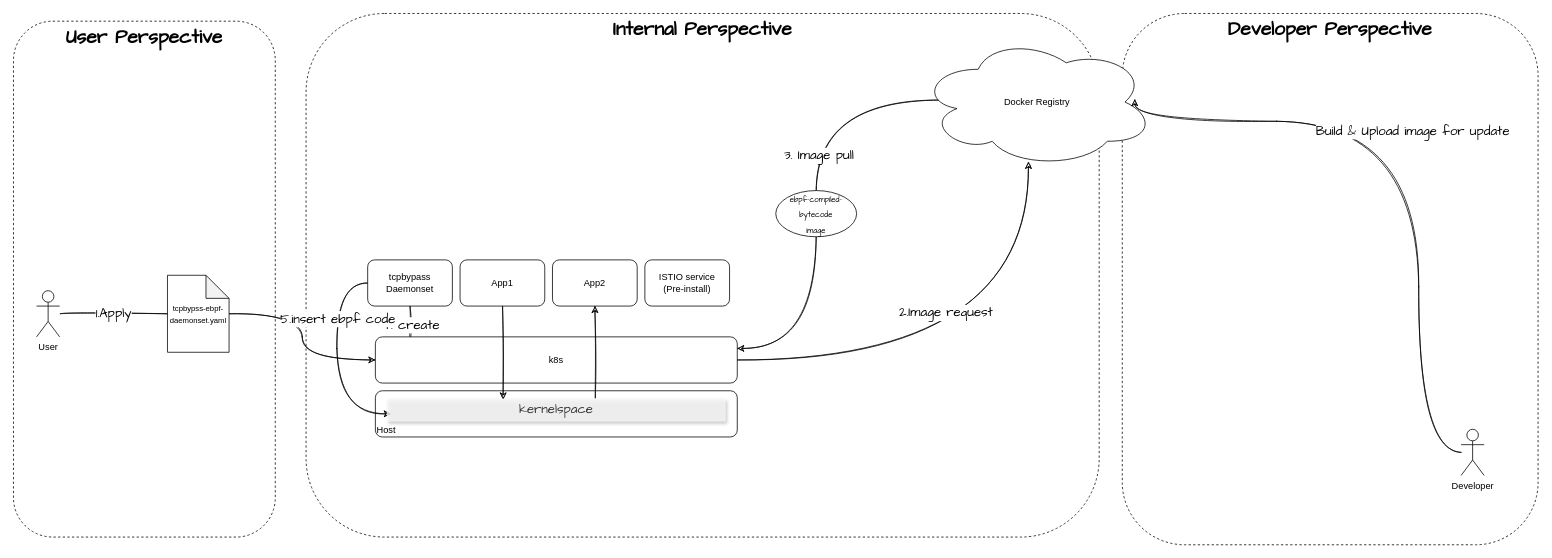
Above: workflow_of_tcpbypass_daemonset.drawio in xu1zhou/Documents (draw.io), before the change. Source tidied: cells renumbered, new cells numbered last; positions are measured from the earlier drawing's top-left corner, leaving out a move shared by most shapes. Both pictures are drawn from the tidied source at 77%, with x=0, y=0 at pixel (13, 13). Pictures stored in the file or linked from it are replaced by grey dashed boxes.
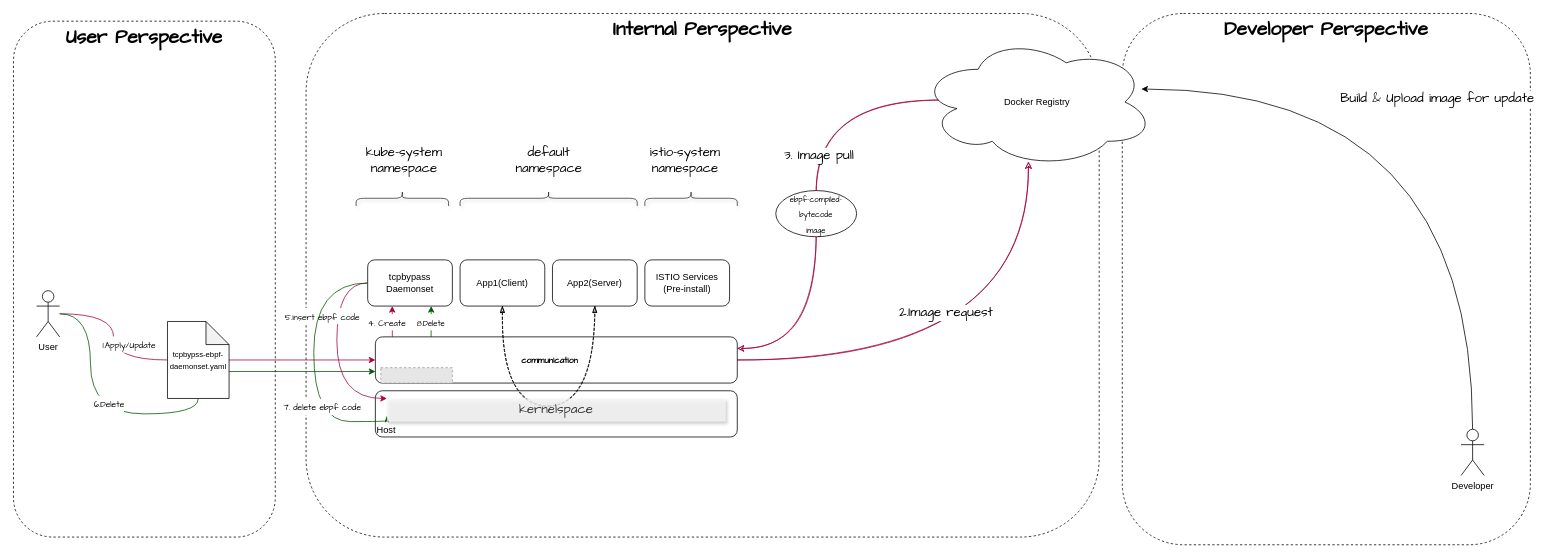
Above is the later version.

The change refers to these unchanged cells:
```xml
<mxCell id="6" value="User" style="shape=umlActor;verticalLabelPosition=bottom;verticalAlign=top;html=1;outlineConnect=0;" parent="1" vertex="1">
  <mxGeometry x="30" y="360" width="30" height="60" as="geometry" />
</mxCell>
<mxCell id="16" value="tcpbypass Daemonset" style="rounded=1;whiteSpace=wrap;html=1;" parent="1" vertex="1">
  <mxGeometry x="460" y="320" width="110" height="60" as="geometry" />
</mxCell>
<mxCell id="20" value="Docker Registry" style="ellipse;shape=cloud;whiteSpace=wrap;html=1;align=center;verticalAlign=middle;" parent="1" vertex="1">
  <mxGeometry x="1176.6" y="30" width="305" height="170" as="geometry" />
</mxCell>
<mxCell id="21" value="&lt;font style=&quot;font-size: 10px&quot;&gt;ebpf-compiled-bytecode&lt;br&gt;image&lt;/font&gt;" style="ellipse;whiteSpace=wrap;html=1;fontFamily=Comic Sans MS;fontSize=17;align=center;" parent="1" vertex="1">
  <mxGeometry x="990" y="230" width="105" height="60" as="geometry" />
</mxCell>
<mxCell id="28" value="Developer" style="shape=umlActor;verticalLabelPosition=bottom;verticalAlign=top;html=1;outlineConnect=0;" parent="1" vertex="1">
  <mxGeometry x="1880" y="540" width="30" height="60" as="geometry" />
</mxCell>
<mxCell id="30" value="kernelspace" style="rounded=0;whiteSpace=wrap;html=1;shadow=1;glass=0;sketch=0;fontFamily=Comic Sans MS;fontSize=17;align=center;fillColor=#f5f5f5;opacity=80;fontColor=#333333;strokeColor=none;" parent="1" vertex="1">
  <mxGeometry x="485" y="500" width="440" height="30" as="geometry" />
</mxCell>
```

The edit, as a diff of the source:
```diff
@@
     <mxCell id="2" value="&lt;b&gt;&lt;font style=&quot;font-size: 25px&quot;&gt;Developer Perspective&lt;/font&gt;&lt;/b&gt;" style="rounded=1;whiteSpace=wrap;html=1;fontFamily=Comic Sans MS;fontSize=17;align=center;glass=0;shadow=0;sketch=0;dashed=1;verticalAlign=top;" parent="1" vertex="1">
-      <mxGeometry x="1440" width="540" height="690" as="geometry" />
+      <mxGeometry x="1440" width="530" height="690" as="geometry" />
     </mxCell>
@@
-    <mxCell id="5" value="1.Apply" style="edgeStyle=orthogonalEdgeStyle;curved=1;rounded=0;sketch=1;jettySize=auto;html=1;entryX=0;entryY=0.5;entryDx=0;entryDy=0;entryPerimeter=0;fontFamily=Comic Sans MS;fontSize=17;endArrow=none;endFill=0;" parent="1" edge="1" source="6" target="8">
-      <mxGeometry relative="1" as="geometry" />
+    <mxCell id="5" value="&lt;font style=&quot;font-size: 11px&quot;&gt;1.Apply/Update&lt;/font&gt;" style="edgeStyle=orthogonalEdgeStyle;curved=1;rounded=0;sketch=0;jettySize=auto;html=1;entryX=0;entryY=0.5;entryDx=0;entryDy=0;entryPerimeter=0;fontFamily=Comic Sans MS;fontSize=17;endArrow=none;endFill=0;fillColor=#d80073;strokeColor=#A50040;" parent="1" edge="1" source="6" target="8">
+      <mxGeometry x="0.5" y="20" relative="1" as="geometry" />
     </mxCell>
+    <mxCell id="31" style="edgeStyle=orthogonalEdgeStyle;curved=1;rounded=0;sketch=0;jettySize=auto;html=1;entryX=0.5;entryY=1;entryDx=0;entryDy=0;entryPerimeter=0;fontFamily=Comic Sans MS;fontSize=17;startArrow=none;startFill=0;endArrow=none;endFill=0;fillColor=#008a00;strokeColor=#005700;" parent="1" edge="1" source="6" target="8">
+      <mxGeometry relative="1" as="geometry">
+        <Array as="points">
+          <mxPoint x="100" y="390" />
+          <mxPoint x="100" y="520" />
+          <mxPoint x="240" y="520" />
+        </Array>
+      </mxGeometry>
+    </mxCell>
+    <mxCell id="32" value="&lt;font style=&quot;font-size: 11px&quot;&gt;6.Delete&lt;/font&gt;" style="edgeLabel;html=1;align=center;verticalAlign=middle;fontSize=17;fontFamily=Comic Sans MS;" parent="31" vertex="1">
+      <mxGeometry x="0.17" y="14" relative="1" as="geometry" />
+    </mxCell>
@@
-    <mxCell id="7" style="edgeStyle=orthogonalEdgeStyle;rounded=0;jettySize=auto;html=1;entryX=0;entryY=0.5;entryDx=0;entryDy=0;sketch=1;curved=1;" parent="1" edge="1" source="8" target="12">
+    <mxCell id="7" style="edgeStyle=orthogonalEdgeStyle;rounded=0;jettySize=auto;html=1;entryX=0;entryY=0.5;entryDx=0;entryDy=0;sketch=0;curved=1;fillColor=#d80073;strokeColor=#A50040;" parent="1" edge="1" source="8" target="12">
       <mxGeometry relative="1" as="geometry" />
     </mxCell>
+    <mxCell id="33" style="edgeStyle=none;rounded=0;sketch=0;jettySize=auto;html=1;entryX=0;entryY=0.75;entryDx=0;entryDy=0;fontFamily=Comic Sans MS;fontSize=17;startArrow=none;startFill=0;endArrow=classic;endFill=1;exitX=0;exitY=0;exitDx=80;exitDy=65;exitPerimeter=0;fillColor=#008a00;strokeColor=#005700;" parent="1" edge="1" source="8" target="12">
+      <mxGeometry relative="1" as="geometry" />
+    </mxCell>
     <mxCell id="8" value="&lt;font style=&quot;font-size: 10px&quot;&gt;tcpbypss-ebpf-daemonset.yaml&lt;/font&gt;" style="shape=note;whiteSpace=wrap;html=1;backgroundOutline=1;darkOpacity=0.05;" parent="1" vertex="1">
-      <mxGeometry x="200" y="340" width="80" height="100" as="geometry" />
+      <mxGeometry x="200" y="400" width="80" height="100" as="geometry" />
     </mxCell>
-    <mxCell id="9" style="edgeStyle=orthogonalEdgeStyle;rounded=0;jettySize=auto;html=1;entryX=0.464;entryY=0.958;entryDx=0;entryDy=0;entryPerimeter=0;curved=1;sketch=1;" parent="1" edge="1" source="12" target="20">
+    <mxCell id="9" style="edgeStyle=orthogonalEdgeStyle;rounded=0;jettySize=auto;html=1;entryX=0.464;entryY=0.958;entryDx=0;entryDy=0;entryPerimeter=0;curved=1;sketch=1;fillColor=#d80073;strokeColor=#A50040;" parent="1" edge="1" source="12" target="20">
       <mxGeometry relative="1" as="geometry" />
     </mxCell>
@@
-    <mxCell id="11" value="4. create" style="edgeStyle=orthogonalEdgeStyle;curved=1;rounded=0;sketch=1;jettySize=auto;html=1;fontFamily=Comic Sans MS;fontSize=17;endArrow=none;endFill=0;" parent="1" edge="1" target="16">
-      <mxGeometry relative="1" as="geometry">
-        <mxPoint x="515" y="430" as="sourcePoint" />
+    <mxCell id="11" value="&lt;font style=&quot;font-size: 11px&quot;&gt;4. Create&lt;/font&gt;" style="rounded=0;sketch=0;jettySize=auto;html=1;fontFamily=Comic Sans MS;fontSize=17;endArrow=classic;endFill=1;startArrow=none;startFill=0;entryX=0.29;entryY=0.999;entryDx=0;entryDy=0;entryPerimeter=0;fillColor=#d80073;strokeColor=#A50040;" parent="1" edge="1" target="16">
+      <mxGeometry x="-0.04" y="7" relative="1" as="geometry">
+        <mxPoint x="492" y="421" as="sourcePoint" />
       </mxGeometry>
     </mxCell>
+    <mxCell id="34" value="&lt;font style=&quot;font-size: 10px&quot;&gt;8.Delete&lt;/font&gt;" style="edgeStyle=none;rounded=0;sketch=0;jettySize=auto;html=1;entryX=0.75;entryY=1;entryDx=0;entryDy=0;fontFamily=Comic Sans MS;fontSize=17;startArrow=none;startFill=0;endArrow=classic;endFill=1;exitX=0.154;exitY=0.029;exitDx=0;exitDy=0;exitPerimeter=0;fillColor=#008a00;strokeColor=#005700;" parent="1" edge="1" source="12" target="16">
+      <mxGeometry relative="1" as="geometry" />
+    </mxCell>
-    <mxCell id="12" value="k8s" style="rounded=1;whiteSpace=wrap;html=1;" parent="1" vertex="1">
+    <mxCell id="12" style="rounded=1;whiteSpace=wrap;html=1;" parent="1" vertex="1">
       <mxGeometry x="470" y="420" width="470" height="60" as="geometry" />
     </mxCell>
@@
-    <mxCell id="14" style="edgeStyle=orthogonalEdgeStyle;curved=1;rounded=0;sketch=1;jettySize=auto;html=1;entryX=0.011;entryY=0.667;entryDx=0;entryDy=0;fontFamily=Comic Sans MS;fontSize=17;endArrow=classic;endFill=1;exitX=0;exitY=0.5;exitDx=0;exitDy=0;entryPerimeter=0;" parent="1" edge="1" source="16" target="30">
+    <mxCell id="14" style="edgeStyle=orthogonalEdgeStyle;curved=1;rounded=0;sketch=0;jettySize=auto;html=1;entryX=0;entryY=0;entryDx=0;entryDy=0;fontFamily=Comic Sans MS;fontSize=17;endArrow=classic;endFill=1;exitX=0;exitY=0.5;exitDx=0;exitDy=0;fillColor=#d80073;strokeColor=#A50040;" parent="1" edge="1" source="16" target="30">
       <mxGeometry relative="1" as="geometry">
         <Array as="points">
           <mxPoint x="420" y="350" />
-          <mxPoint x="420" y="520" />
+          <mxPoint x="420" y="500" />
         </Array>
       </mxGeometry>
     </mxCell>
-    <mxCell id="15" value="5.insert ebpf code" style="edgeLabel;html=1;align=center;verticalAlign=middle;fontSize=17;fontFamily=Comic Sans MS;" parent="14" vertex="1">
+    <mxCell id="15" value="&lt;font style=&quot;font-size: 11px&quot;&gt;5.insert ebpf code&lt;/font&gt;" style="edgeLabel;html=1;align=center;verticalAlign=middle;fontSize=17;fontFamily=Comic Sans MS;" parent="14" vertex="1">
       <mxGeometry x="-0.29" y="-2" relative="1" as="geometry">
-        <mxPoint x="2" y="-13" as="offset" />
+        <mxPoint x="-18" y="-9" as="offset" />
       </mxGeometry>
     </mxCell>
+    <mxCell id="35" style="edgeStyle=orthogonalEdgeStyle;curved=1;rounded=0;sketch=0;jettySize=auto;html=1;fontFamily=Comic Sans MS;fontSize=17;startArrow=none;startFill=0;endArrow=classicThin;endFill=1;entryX=0;entryY=0.75;entryDx=0;entryDy=0;fillColor=#008a00;strokeColor=#005700;" parent="1" edge="1" source="16" target="30">
+      <mxGeometry relative="1" as="geometry">
+        <Array as="points">
+          <mxPoint x="390" y="350" />
+          <mxPoint x="390" y="530" />
+          <mxPoint x="485" y="530" />
+        </Array>
+      </mxGeometry>
+    </mxCell>
+    <mxCell id="36" value="&lt;font style=&quot;font-size: 11px&quot;&gt;7. delete ebpf code&lt;/font&gt;" style="edgeLabel;html=1;align=center;verticalAlign=middle;fontSize=17;fontFamily=Comic Sans MS;" parent="35" vertex="1">
+      <mxGeometry x="0.27" y="16" relative="1" as="geometry">
+        <mxPoint x="-6" y="6" as="offset" />
+      </mxGeometry>
+    </mxCell>
@@
-    <mxCell id="17" style="edgeStyle=orthogonalEdgeStyle;curved=1;rounded=0;sketch=1;jettySize=auto;html=1;entryX=1;entryY=0.25;entryDx=0;entryDy=0;fontFamily=Comic Sans MS;fontSize=17;exitX=0.5;exitY=1;exitDx=0;exitDy=0;startArrow=none;" parent="1" edge="1" source="21" target="12">
+    <mxCell id="17" style="edgeStyle=orthogonalEdgeStyle;curved=1;rounded=0;sketch=1;jettySize=auto;html=1;entryX=1;entryY=0.25;entryDx=0;entryDy=0;fontFamily=Comic Sans MS;fontSize=17;exitX=0.5;exitY=1;exitDx=0;exitDy=0;startArrow=none;fillColor=#d80073;strokeColor=#A50040;" parent="1" edge="1" source="21" target="12">
       <mxGeometry relative="1" as="geometry" />
     </mxCell>
-    <mxCell id="18" style="edgeStyle=orthogonalEdgeStyle;curved=1;rounded=0;sketch=1;jettySize=auto;html=1;entryX=0.5;entryY=0;entryDx=0;entryDy=0;fontFamily=Comic Sans MS;fontSize=17;endArrow=none;endFill=0;exitX=0.09;exitY=0.485;exitDx=0;exitDy=0;exitPerimeter=0;" parent="1" edge="1" source="20" target="21">
+    <mxCell id="18" style="edgeStyle=orthogonalEdgeStyle;curved=1;rounded=0;sketch=1;jettySize=auto;html=1;entryX=0.5;entryY=0;entryDx=0;entryDy=0;fontFamily=Comic Sans MS;fontSize=17;endArrow=none;endFill=0;exitX=0.09;exitY=0.485;exitDx=0;exitDy=0;exitPerimeter=0;fillColor=#d80073;strokeColor=#A50040;" parent="1" edge="1" source="20" target="21">
       <mxGeometry relative="1" as="geometry" />
     </mxCell>
@@
-    <mxCell id="22" style="edgeStyle=none;rounded=0;sketch=1;jettySize=auto;html=1;fontFamily=Comic Sans MS;fontSize=17;endArrow=classic;endFill=1;entryX=0.343;entryY=0.04;entryDx=0;entryDy=0;entryPerimeter=0;" parent="1" edge="1" source="23" target="30">
-      <mxGeometry relative="1" as="geometry" />
-    </mxCell>
+    <mxCell id="37" style="edgeStyle=orthogonalEdgeStyle;curved=1;rounded=0;sketch=1;jettySize=auto;html=1;entryX=0.5;entryY=1;entryDx=0;entryDy=0;fontFamily=Comic Sans MS;fontSize=17;endArrow=blockThin;endFill=1;exitX=0.5;exitY=1;exitDx=0;exitDy=0;dashed=1;startArrow=blockThin;startFill=1;" parent="1" edge="1" source="23" target="24">
+      <mxGeometry relative="1" as="geometry">
+        <Array as="points">
+          <mxPoint x="635" y="510" />
+          <mxPoint x="755" y="510" />
+        </Array>
+      </mxGeometry>
+    </mxCell>
+    <mxCell id="38" value="&lt;b&gt;communication&lt;/b&gt;" style="edgeLabel;html=1;align=center;verticalAlign=middle;fontSize=11;fontFamily=Comic Sans MS;" parent="37" vertex="1">
+      <mxGeometry x="-0.6" y="5" relative="1" as="geometry">
+        <mxPoint x="55" y="-6" as="offset" />
+      </mxGeometry>
+    </mxCell>
-    <mxCell id="23" value="App1" style="rounded=1;whiteSpace=wrap;html=1;" parent="1" vertex="1">
+    <mxCell id="23" value="App1(Client)" style="rounded=1;whiteSpace=wrap;html=1;" parent="1" vertex="1">
       <mxGeometry x="580" y="320" width="110" height="60" as="geometry" />
     </mxCell>
-    <mxCell id="24" value="App2" style="rounded=1;whiteSpace=wrap;html=1;" parent="1" vertex="1">
+    <mxCell id="24" value="App2(Server)" style="rounded=1;whiteSpace=wrap;html=1;" parent="1" vertex="1">
       <mxGeometry x="700" y="320" width="110" height="60" as="geometry" />
     </mxCell>
-    <mxCell id="25" value="ISTIO service&lt;br&gt;(Pre-install)" style="rounded=1;whiteSpace=wrap;html=1;" parent="1" vertex="1">
+    <mxCell id="25" value="ISTIO Services&lt;br&gt;(Pre-install)" style="rounded=1;whiteSpace=wrap;html=1;" parent="1" vertex="1">
       <mxGeometry x="820" y="320" width="110" height="60" as="geometry" />
     </mxCell>
-    <mxCell id="26" style="edgeStyle=orthogonalEdgeStyle;curved=1;rounded=0;sketch=1;jettySize=auto;html=1;entryX=0.917;entryY=0.479;entryDx=0;entryDy=0;entryPerimeter=0;fontFamily=Comic Sans MS;fontSize=17;endArrow=classic;endFill=1;" parent="1" edge="1" source="28" target="20">
+    <mxCell id="26" style="edgeStyle=orthogonalEdgeStyle;curved=1;rounded=0;sketch=0;jettySize=auto;html=1;entryX=0.945;entryY=0.401;entryDx=0;entryDy=0;entryPerimeter=0;fontFamily=Comic Sans MS;fontSize=17;endArrow=classic;endFill=1;" parent="1" edge="1" source="28" target="20">
       <mxGeometry relative="1" as="geometry">
         <Array as="points">
-          <mxPoint x="1825" y="140" />
-          <mxPoint x="1456" y="140" />
+          <mxPoint x="1895" y="98" />
+          <mxPoint x="1465" y="98" />
         </Array>
       </mxGeometry>
     </mxCell>
@@
-    <mxCell id="29" style="edgeStyle=none;rounded=0;sketch=1;jettySize=auto;html=1;fontFamily=Comic Sans MS;fontSize=17;endArrow=classic;endFill=1;exitX=0.615;exitY=-0.022;exitDx=0;exitDy=0;exitPerimeter=0;" parent="1" edge="1" source="30" target="24">
-      <mxGeometry relative="1" as="geometry" />
-    </mxCell>
@@
+    <mxCell id="39" style="shape=curlyBracket;whiteSpace=wrap;html=1;rounded=1;flipH=1;shadow=1;glass=0;sketch=0;fontFamily=Comic Sans MS;fontSize=17;fillColor=none;gradientColor=#ffffff;opacity=80;align=left;rotation=-90;" parent="1" vertex="1">
+      <mxGeometry x="495" y="180" width="20" height="120" as="geometry" />
+    </mxCell>
+    <mxCell id="40" value="kube-system&lt;br&gt;namespace" style="text;html=1;strokeColor=none;fillColor=none;align=center;verticalAlign=middle;whiteSpace=wrap;rounded=0;shadow=1;glass=0;sketch=0;fontFamily=Comic Sans MS;fontSize=17;opacity=80;" parent="1" vertex="1">
+      <mxGeometry x="445" y="180" width="125" height="20" as="geometry" />
+    </mxCell>
+    <mxCell id="41" style="shape=curlyBracket;whiteSpace=wrap;html=1;rounded=1;flipH=1;shadow=1;glass=0;sketch=0;fontFamily=Comic Sans MS;fontSize=17;fillColor=none;gradientColor=#ffffff;opacity=80;align=left;rotation=-90;" parent="1" vertex="1">
+      <mxGeometry x="685" y="125" width="20" height="230" as="geometry" />
+    </mxCell>
+    <mxCell id="42" value="default namespace" style="text;html=1;strokeColor=none;fillColor=none;align=center;verticalAlign=middle;whiteSpace=wrap;rounded=0;shadow=1;glass=0;sketch=0;fontFamily=Comic Sans MS;fontSize=17;opacity=80;" parent="1" vertex="1">
+      <mxGeometry x="632.5" y="180" width="125" height="20" as="geometry" />
+    </mxCell>
+    <mxCell id="43" style="shape=curlyBracket;whiteSpace=wrap;html=1;rounded=1;flipH=1;shadow=1;glass=0;sketch=0;fontFamily=Comic Sans MS;fontSize=17;fillColor=none;gradientColor=#ffffff;opacity=80;align=left;rotation=-90;" parent="1" vertex="1">
+      <mxGeometry x="870" y="180" width="20" height="120" as="geometry" />
+    </mxCell>
+    <mxCell id="44" value="istio-system&lt;br&gt;namespace" style="text;html=1;strokeColor=none;fillColor=none;align=center;verticalAlign=middle;whiteSpace=wrap;rounded=0;shadow=1;glass=0;sketch=0;fontFamily=Comic Sans MS;fontSize=17;opacity=80;" parent="1" vertex="1">
+      <mxGeometry x="810" y="180" width="125" height="20" as="geometry" />
+    </mxCell>
+    <mxCell id="45" style="fillColor=#E6E6E6;strokeColor=#999999;dashed=1;verticalLabelPosition=bottom;labelBackgroundColor=#ffffff;verticalAlign=top;" parent="1" vertex="1">
+      <mxGeometry x="477.1" y="460" width="92.9" height="20" as="geometry" />
+    </mxCell>
```
